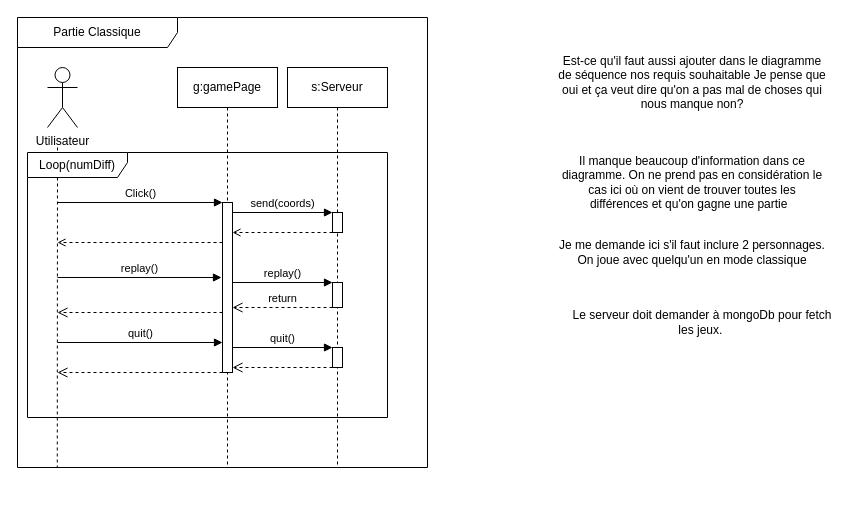
Above: page "diagramme_seq_classique" (7 of 9) of doc/diagrammes.drawio in margielamob/Cherches-Trouves-Gagnes (draw.io), before the change. Source tidied: cells renumbered, new cells numbered last; positions are measured from the earlier drawing's top-left corner, leaving out a move shared by most shapes. Both pictures are drawn from the tidied source at 100%, with x=0, y=0 at pixel (17, 17).
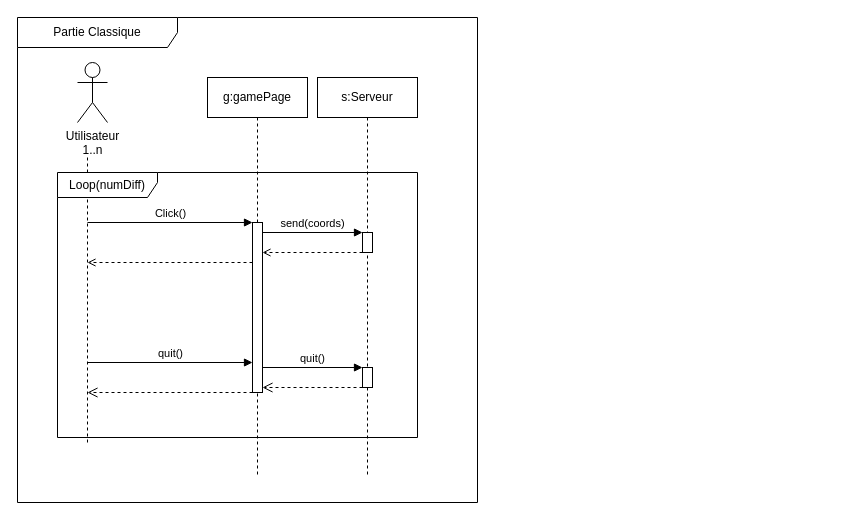
The same page after the edit.

Diff of the diagram source:
```diff
@@
     <mxCell id="2" value="Partie Classique" style="shape=umlFrame;whiteSpace=wrap;html=1;width=160;" parent="1" vertex="1">
-      <mxGeometry width="410" height="450" as="geometry" />
+      <mxGeometry width="460" height="485" as="geometry" />
     </mxCell>
-    <mxCell id="3" value="Utilisateur" style="shape=umlActor;verticalLabelPosition=bottom;verticalAlign=top;html=1;" parent="2" vertex="1">
-      <mxGeometry x="30" y="50" width="30" height="60" as="geometry" />
+    <mxCell id="3" value="Utilisateur&lt;br&gt;1..n" style="shape=umlActor;verticalLabelPosition=bottom;verticalAlign=top;html=1;" parent="2" vertex="1">
+      <mxGeometry x="60" y="45" width="30" height="60" as="geometry" />
     </mxCell>
-    <mxCell id="4" style="endArrow=none;dashed=1;html=1;rounded=0;entryX=0.097;entryY=1;entryDx=0;entryDy=0;entryPerimeter=0;orthogonal=1;" parent="2" edge="1" target="2">
+    <mxCell id="4" style="endArrow=none;dashed=1;html=1;rounded=0;orthogonal=1;" parent="2" edge="1">
       <mxGeometry relative="1" as="geometry">
-        <mxPoint x="40" y="130" as="sourcePoint" />
+        <mxPoint x="70" y="140" as="sourcePoint" />
+        <mxPoint x="70" y="425" as="targetPoint" />
       </mxGeometry>
     </mxCell>
     <mxCell id="5" value="s:Serveur" style="shape=umlLifeline;perimeter=lifelinePerimeter;whiteSpace=wrap;html=1;newEdgeStyle={&quot;edgeStyle&quot;:&quot;elbowEdgeStyle&quot;,&quot;elbow&quot;:&quot;vertical&quot;,&quot;curved&quot;:0,&quot;rounded&quot;:0};" parent="2" vertex="1">
-      <mxGeometry x="270" y="50" width="100" height="400" as="geometry" />
+      <mxGeometry x="300" y="60" width="100" height="400" as="geometry" />
     </mxCell>
-    <mxCell id="6" style="html=1;perimeter=orthogonalPerimeter;targetShapes=umlLifeline;newEdgeStyle={&quot;curved&quot;:0,&quot;rounded&quot;:0};" parent="5" vertex="1">
-      <mxGeometry x="45" y="215" width="10" height="25" as="geometry" />
-    </mxCell>
     <mxCell id="7" style="html=1;perimeter=orthogonalPerimeter;targetShapes=umlLifeline;newEdgeStyle={&quot;curved&quot;:0,&quot;rounded&quot;:0};" parent="5" vertex="1">
-      <mxGeometry x="45" y="280" width="10" height="20" as="geometry" />
+      <mxGeometry x="45" y="290" width="10" height="20" as="geometry" />
     </mxCell>
     <mxCell id="8" value="g:gamePage" style="shape=umlLifeline;perimeter=lifelinePerimeter;whiteSpace=wrap;html=1;newEdgeStyle={&quot;edgeStyle&quot;:&quot;elbowEdgeStyle&quot;,&quot;elbow&quot;:&quot;vertical&quot;,&quot;curved&quot;:0,&quot;rounded&quot;:0};" parent="2" vertex="1">
-      <mxGeometry x="160" y="50" width="100" height="400" as="geometry" />
+      <mxGeometry x="190" y="60" width="100" height="400" as="geometry" />
     </mxCell>
     <mxCell id="9" style="html=1;points=[[0,0,0,0,5],[0,1,0,0,-5],[1,0,0,0,5],[1,1,0,0,-5]];perimeter=orthogonalPerimeter;outlineConnect=0;targetShapes=umlLifeline;portConstraint=eastwest;newEdgeStyle={&quot;curved&quot;:0,&quot;rounded&quot;:0};" parent="8" vertex="1">
-      <mxGeometry x="45" y="210" width="10" height="40" as="geometry" />
+      <mxGeometry x="45" y="220" width="10" height="40" as="geometry" />
     </mxCell>
     <mxCell id="10" value="Click()" style="html=1;verticalAlign=bottom;endArrow=block;curved=0;rounded=0;" parent="2" edge="1">
       <mxGeometry relative="1" as="geometry">
-        <mxPoint x="40" y="185" as="sourcePoint" />
-        <mxPoint x="205" y="185" as="targetPoint" />
+        <mxPoint x="70" y="205" as="sourcePoint" />
+        <mxPoint x="235" y="205" as="targetPoint" />
       </mxGeometry>
     </mxCell>
     <mxCell id="11" style="html=1;verticalAlign=bottom;labelBackgroundColor=none;endArrow=open;endFill=0;dashed=1;rounded=0;" parent="2" edge="1">
       <mxGeometry relative="1" as="geometry">
-        <mxPoint x="205" y="225" as="sourcePoint" />
-        <mxPoint x="40" y="225" as="targetPoint" />
+        <mxPoint x="235" y="245" as="sourcePoint" />
+        <mxPoint x="70" y="245" as="targetPoint" />
       </mxGeometry>
     </mxCell>
     <mxCell id="12" value="Loop(numDiff)" style="shape=umlFrame;whiteSpace=wrap;html=1;width=100;height=25;" parent="2" vertex="1">
-      <mxGeometry x="10" y="135" width="360" height="265" as="geometry" />
+      <mxGeometry x="40" y="155" width="360" height="265" as="geometry" />
     </mxCell>
@@
-    <mxCell id="21" style="html=1;verticalAlign=bottom;endArrow=open;dashed=1;endSize=8;curved=0;rounded=0;exitX=0;exitY=1;exitDx=0;exitDy=-5;" parent="2" edge="1" source="9">
-      <mxGeometry relative="1" as="geometry">
-        <mxPoint x="40" y="295" as="targetPoint" />
-      </mxGeometry>
-    </mxCell>
-    <mxCell id="22" value="return" style="html=1;verticalAlign=bottom;endArrow=open;dashed=1;endSize=8;curved=0;rounded=0;exitX=0;exitY=1;exitDx=0;exitDy=-5;" parent="2" edge="1">
-      <mxGeometry relative="1" as="geometry">
-        <mxPoint x="315" y="290" as="sourcePoint" />
-        <mxPoint x="215" y="290" as="targetPoint" />
-      </mxGeometry>
-    </mxCell>
-    <mxCell id="23" value="replay()" style="html=1;verticalAlign=bottom;endArrow=block;curved=0;rounded=0;" parent="2" edge="1">
-      <mxGeometry relative="1" as="geometry">
-        <mxPoint x="215" y="265" as="sourcePoint" />
-        <mxPoint x="315" y="265" as="targetPoint" />
-      </mxGeometry>
-    </mxCell>
-    <mxCell id="24" value="replay()" style="html=1;verticalAlign=bottom;endArrow=block;curved=0;rounded=0;" parent="1" edge="1">
-      <mxGeometry relative="1" as="geometry">
-        <mxPoint x="40" y="260" as="sourcePoint" />
-        <mxPoint x="204" y="260" as="targetPoint" />
-      </mxGeometry>
-    </mxCell>
-    <mxCell id="25" value="Il manque beaucoup d'information dans ce diagramme. On ne prend pas en considération le cas ici où on vient de trouver toutes les différences et qu'on gagne une partie&amp;nbsp;&amp;nbsp;" style="text;html=1;strokeColor=none;fillColor=none;align=center;verticalAlign=middle;whiteSpace=wrap;rounded=0;" parent="1" vertex="1">
-      <mxGeometry x="540" y="115" width="270" height="100" as="geometry" />
-    </mxCell>
-    <mxCell id="26" value="Je me demande ici s'il faut inclure 2 personnages. On joue avec quelqu'un en mode classique" style="text;html=1;strokeColor=none;fillColor=none;align=center;verticalAlign=middle;whiteSpace=wrap;rounded=0;" parent="1" vertex="1">
-      <mxGeometry x="540" y="215" width="270" height="40" as="geometry" />
-    </mxCell>
-    <mxCell id="27" value="Le serveur doit demander à mongoDb pour fetch les jeux.&amp;nbsp;" style="text;html=1;strokeColor=none;fillColor=none;align=center;verticalAlign=middle;whiteSpace=wrap;rounded=0;" parent="1" vertex="1">
-      <mxGeometry x="550" y="285" width="270" height="40" as="geometry" />
-    </mxCell>
-    <mxCell id="28" value="Est-ce qu'il faut aussi ajouter dans le diagramme de séquence nos requis souhaitable Je pense que oui et ça veut dire qu'on a pas mal de choses qui nous manque non?" style="text;html=1;strokeColor=none;fillColor=none;align=center;verticalAlign=middle;whiteSpace=wrap;rounded=0;" parent="1" vertex="1">
-      <mxGeometry x="540" y="45" width="270" height="40" as="geometry" />
-    </mxCell>
```
